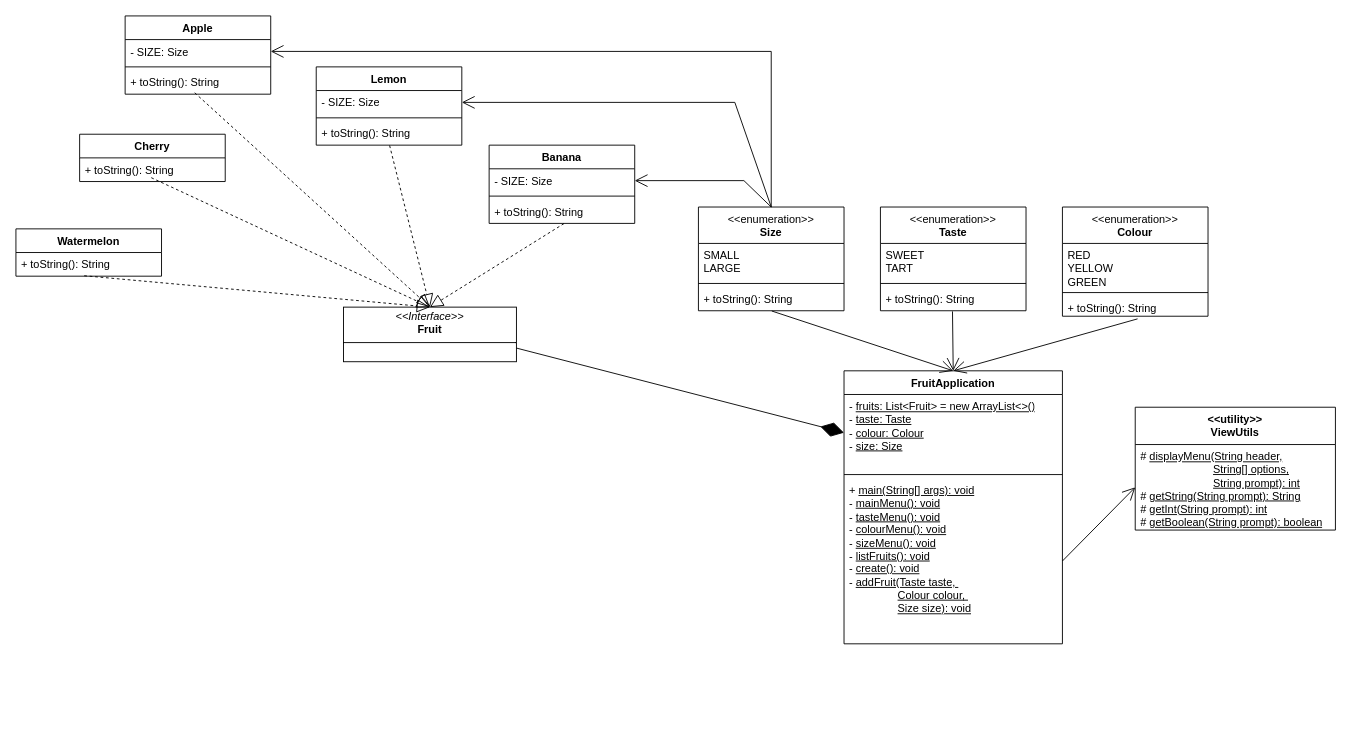
This is soft2201w4v2.drawio from NguyenChHieu/graphs, a draw.io file, before an edit. Source tidied: cells renumbered, new cells numbered last; positions are measured from the earlier drawing's top-left corner, leaving out a move shared by most shapes. Both pictures are drawn from the tidied source at 91%, with x=0, y=0 at pixel (15, 15).
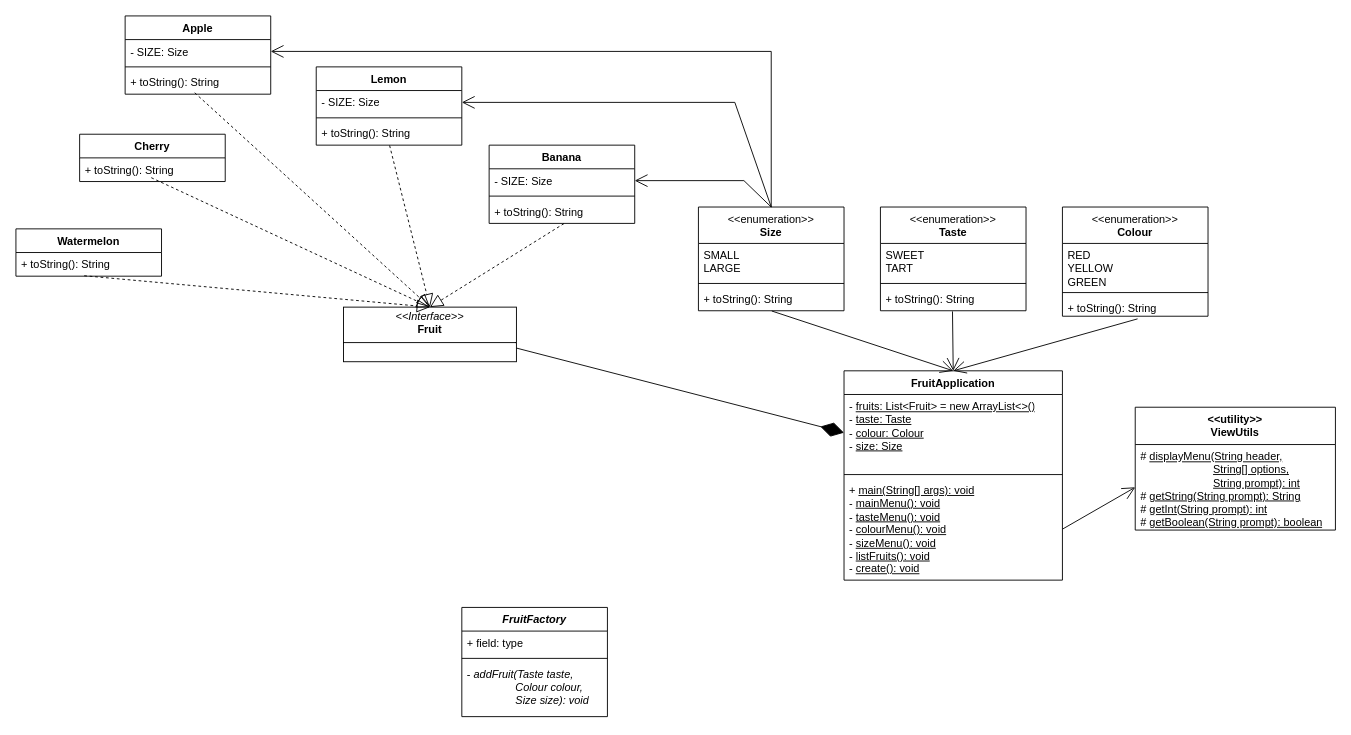
The same page after the edit.

What changed in the source:
```diff
@@
     <mxCell id="24" value="FruitApplication" style="swimlane;fontStyle=1;align=center;verticalAlign=top;horizontal=1;startSize=26;whiteSpace=wrap;html=1;" parent="1" vertex="1">
-      <mxGeometry x="910" y="390" width="240" height="300" as="geometry" />
+      <mxGeometry x="910" y="390" width="240" height="230" as="geometry" />
     </mxCell>
@@
-    <mxCell id="27" value="+ &lt;u&gt;main(String[] args): void&lt;/u&gt;&lt;div&gt;&lt;span style=&quot;background-color: initial;&quot;&gt;- &lt;u&gt;mainMenu(): void&lt;/u&gt;&lt;/span&gt;&lt;/div&gt;&lt;div&gt;&lt;span style=&quot;background-color: initial;&quot;&gt;- &lt;u&gt;tasteMenu(): void&lt;/u&gt;&lt;/span&gt;&lt;/div&gt;&lt;div&gt;&lt;span style=&quot;background-color: initial;&quot;&gt;- &lt;u&gt;colourMenu(): void&lt;/u&gt;&lt;/span&gt;&lt;/div&gt;&lt;div&gt;&lt;span style=&quot;background-color: initial;&quot;&gt;- &lt;u&gt;sizeMenu(): void&lt;/u&gt;&lt;/span&gt;&lt;/div&gt;&lt;div&gt;&lt;span style=&quot;background-color: initial;&quot;&gt;- &lt;u&gt;listFruits(): void&lt;/u&gt;&lt;/span&gt;&lt;/div&gt;&lt;div&gt;&lt;span style=&quot;background-color: initial;&quot;&gt;- &lt;u&gt;create(): void&lt;/u&gt;&lt;/span&gt;&lt;/div&gt;&lt;div&gt;&lt;span style=&quot;background-color: initial;&quot;&gt;- &lt;u&gt;addFruit(Taste taste,&amp;nbsp;&lt;/u&gt;&lt;/span&gt;&lt;/div&gt;&lt;div&gt;&lt;span style=&quot;background-color: initial;&quot;&gt;&lt;u&gt;&lt;span style=&quot;white-space: pre;&quot;&gt;&#9;&lt;/span&gt;&lt;span style=&quot;white-space: pre;&quot;&gt;&#9;&lt;/span&gt;Colour colour,&amp;nbsp;&lt;/u&gt;&lt;/span&gt;&lt;/div&gt;&lt;div&gt;&lt;span style=&quot;background-color: initial;&quot;&gt;&lt;u&gt;&lt;span style=&quot;white-space: pre;&quot;&gt;&#9;&lt;/span&gt;&lt;span style=&quot;white-space: pre;&quot;&gt;&#9;&lt;/span&gt;Size size): void&lt;/u&gt;&lt;/span&gt;&lt;/div&gt;" style="text;strokeColor=none;fillColor=none;align=left;verticalAlign=top;spacingLeft=4;spacingRight=4;overflow=hidden;points=[[0,0.5],[1,0.5]];portConstraint=eastwest;whiteSpace=wrap;html=1;" parent="24" vertex="1">
-      <mxGeometry y="118" width="240" height="182" as="geometry" />
+    <mxCell id="27" value="+ &lt;u&gt;main(String[] args): void&lt;/u&gt;&lt;div&gt;&lt;span style=&quot;background-color: initial;&quot;&gt;- &lt;u&gt;mainMenu(): void&lt;/u&gt;&lt;/span&gt;&lt;/div&gt;&lt;div&gt;&lt;span style=&quot;background-color: initial;&quot;&gt;- &lt;u&gt;tasteMenu(): void&lt;/u&gt;&lt;/span&gt;&lt;/div&gt;&lt;div&gt;&lt;span style=&quot;background-color: initial;&quot;&gt;- &lt;u&gt;colourMenu(): void&lt;/u&gt;&lt;/span&gt;&lt;/div&gt;&lt;div&gt;&lt;span style=&quot;background-color: initial;&quot;&gt;- &lt;u&gt;sizeMenu(): void&lt;/u&gt;&lt;/span&gt;&lt;/div&gt;&lt;div&gt;&lt;span style=&quot;background-color: initial;&quot;&gt;- &lt;u&gt;listFruits(): void&lt;/u&gt;&lt;/span&gt;&lt;/div&gt;&lt;div&gt;&lt;span style=&quot;background-color: initial;&quot;&gt;- &lt;u&gt;create(): void&lt;/u&gt;&lt;/span&gt;&lt;/div&gt;&lt;div&gt;&lt;br&gt;&lt;/div&gt;" style="text;strokeColor=none;fillColor=none;align=left;verticalAlign=top;spacingLeft=4;spacingRight=4;overflow=hidden;points=[[0,0.5],[1,0.5]];portConstraint=eastwest;whiteSpace=wrap;html=1;" parent="24" vertex="1">
+      <mxGeometry y="118" width="240" height="112" as="geometry" />
     </mxCell>
@@
+    <mxCell id="50" value="&lt;i&gt;FruitFactory&lt;/i&gt;" style="swimlane;fontStyle=1;align=center;verticalAlign=top;horizontal=1;startSize=26;whiteSpace=wrap;html=1;" parent="1" vertex="1">
+      <mxGeometry x="490" y="650" width="160" height="120" as="geometry" />
+    </mxCell>
+    <mxCell id="51" value="+ field: type" style="text;strokeColor=none;fillColor=none;align=left;verticalAlign=top;spacingLeft=4;spacingRight=4;overflow=hidden;whiteSpace=wrap;html=1;" parent="50" vertex="1">
+      <mxGeometry y="26" width="160" height="26" as="geometry" />
+    </mxCell>
+    <mxCell id="52" style="line;strokeWidth=1;fillColor=none;align=left;verticalAlign=middle;spacingTop=-1;spacingLeft=3;spacingRight=3;labelPosition=right;strokeColor=inherit;" parent="50" vertex="1">
+      <mxGeometry y="52" width="160" height="8" as="geometry" />
+    </mxCell>
+    <mxCell id="53" value="&lt;div&gt;&lt;span style=&quot;background-color: initial;&quot;&gt;-&amp;nbsp;&lt;i&gt;addFruit(Taste taste,&amp;nbsp;&lt;/i&gt;&lt;/span&gt;&lt;/div&gt;&lt;div&gt;&lt;span style=&quot;background-color: initial;&quot;&gt;&lt;i&gt;&lt;span style=&quot;white-space: pre;&quot;&gt;&#9;&lt;/span&gt;&lt;span style=&quot;white-space: pre;&quot;&gt;&#9;&lt;/span&gt;Colour colour,&amp;nbsp;&lt;/i&gt;&lt;/span&gt;&lt;/div&gt;&lt;div&gt;&lt;span style=&quot;background-color: initial;&quot;&gt;&lt;i&gt;&lt;span style=&quot;white-space: pre;&quot;&gt;&#9;&lt;/span&gt;&lt;span style=&quot;white-space: pre;&quot;&gt;&#9;&lt;/span&gt;Size size): void&lt;/i&gt;&lt;/span&gt;&lt;/div&gt;" style="text;strokeColor=none;fillColor=none;align=left;verticalAlign=top;spacingLeft=4;spacingRight=4;overflow=hidden;whiteSpace=wrap;html=1;" parent="50" vertex="1">
+      <mxGeometry y="60" width="160" height="60" as="geometry" />
+    </mxCell>
```
